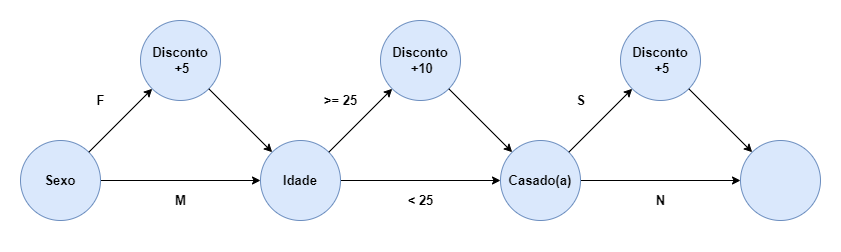
Above: images/Grafo Causa e Efeito.png in Dener-arx/ts-2021-2 (draw.io), before the change. Source tidied: cells renumbered, new cells last; positions are measured from the earlier drawing's top-left corner, leaving out a move shared by most shapes.
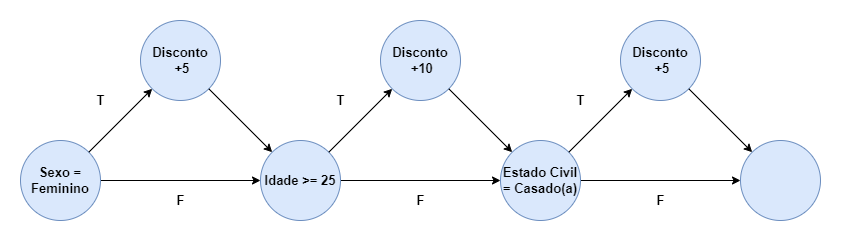
The same file after the commit.

Diff of the diagram source:
```diff
@@ -8,13 +8,13 @@
     <mxCell id="3" style="edgeStyle=orthogonalEdgeStyle;rounded=0;jettySize=auto;html=1;fontSize=13;" parent="1" edge="1" source="4" target="6">
       <mxGeometry relative="1" as="geometry" />
     </mxCell>
-    <mxCell id="4" value="Sexo" style="ellipse;whiteSpace=wrap;html=1;fontStyle=1;fontSize=13;fillColor=#dae8fc;strokeColor=#6c8ebf;" parent="1" vertex="1">
+    <mxCell id="4" value="Sexo = Feminino" style="ellipse;whiteSpace=wrap;html=1;fontStyle=1;fontSize=13;fillColor=#dae8fc;strokeColor=#6c8ebf;" parent="1" vertex="1">
       <mxGeometry x="20" y="140" width="80" height="80" as="geometry" />
     </mxCell>
     <mxCell id="5" style="edgeStyle=orthogonalEdgeStyle;rounded=0;jettySize=auto;html=1;fontSize=13;" parent="1" edge="1" source="6" target="9">
       <mxGeometry relative="1" as="geometry" />
     </mxCell>
-    <mxCell id="6" value="Idade" style="ellipse;whiteSpace=wrap;html=1;fontStyle=1;fontSize=13;fillColor=#dae8fc;strokeColor=#6c8ebf;" parent="1" vertex="1">
+    <mxCell id="6" value="Idade &amp;gt;= 25" style="ellipse;whiteSpace=wrap;html=1;fontStyle=1;fontSize=13;fillColor=#dae8fc;strokeColor=#6c8ebf;" parent="1" vertex="1">
       <mxGeometry x="260" y="140" width="80" height="80" as="geometry" />
     </mxCell>
     <mxCell id="7" value="Disconto&lt;br&gt;&amp;nbsp;+5" style="ellipse;whiteSpace=wrap;html=1;fontStyle=1;fontSize=13;fillColor=#dae8fc;strokeColor=#6c8ebf;" parent="1" vertex="1">
@@ -23,7 +23,7 @@
     <mxCell id="8" style="edgeStyle=orthogonalEdgeStyle;rounded=0;jettySize=auto;html=1;fontSize=13;" parent="1" edge="1" source="9" target="10">
       <mxGeometry relative="1" as="geometry" />
     </mxCell>
-    <mxCell id="9" value="Casado(a)" style="ellipse;whiteSpace=wrap;html=1;fontStyle=1;fontSize=13;fillColor=#dae8fc;strokeColor=#6c8ebf;" parent="1" vertex="1">
+    <mxCell id="9" value="Estado Civil = Casado(a)" style="ellipse;whiteSpace=wrap;html=1;fontStyle=1;fontSize=13;fillColor=#dae8fc;strokeColor=#6c8ebf;" parent="1" vertex="1">
       <mxGeometry x="500" y="140" width="80" height="80" as="geometry" />
     </mxCell>
     <mxCell id="10" style="ellipse;whiteSpace=wrap;html=1;fontStyle=1;fontSize=13;fillColor=#dae8fc;strokeColor=#6c8ebf;" parent="1" vertex="1">
@@ -53,22 +53,22 @@
     <mxCell id="18" style="endArrow=classic;html=1;rounded=0;fontSize=13;exitX=1;exitY=0;exitDx=0;exitDy=0;entryX=0;entryY=1;entryDx=0;entryDy=0;" parent="1" edge="1" source="9" target="12">
       <mxGeometry relative="1" as="geometry" />
     </mxCell>
-    <mxCell id="19" value="M" style="text;html=1;align=center;verticalAlign=middle;strokeColor=none;fillColor=none;fontSize=13;fontStyle=1;" parent="1" vertex="1">
-      <mxGeometry x="165" y="190" width="30" height="20" as="geometry" />
+    <mxCell id="19" value="F" style="text;html=1;align=center;verticalAlign=middle;strokeColor=none;fillColor=none;fontSize=13;fontStyle=1;" parent="1" vertex="1">
+      <mxGeometry x="170" y="190" width="20" height="20" as="geometry" />
     </mxCell>
-    <mxCell id="20" value="F" style="text;html=1;align=center;verticalAlign=middle;strokeColor=none;fillColor=none;fontSize=13;fontStyle=1;" parent="1" vertex="1">
+    <mxCell id="20" value="T" style="text;html=1;align=center;verticalAlign=middle;strokeColor=none;fillColor=none;fontSize=13;fontStyle=1;" parent="1" vertex="1">
       <mxGeometry x="90" y="90" width="20" height="20" as="geometry" />
     </mxCell>
-    <mxCell id="21" value="&amp;gt;= 25" style="text;html=1;align=center;verticalAlign=middle;strokeColor=none;fillColor=none;fontSize=13;fontStyle=1;" parent="1" vertex="1">
-      <mxGeometry x="315" y="90" width="50" height="20" as="geometry" />
+    <mxCell id="21" value="T" style="text;html=1;align=center;verticalAlign=middle;strokeColor=none;fillColor=none;fontSize=13;fontStyle=1;" parent="1" vertex="1">
+      <mxGeometry x="330" y="90" width="20" height="20" as="geometry" />
     </mxCell>
-    <mxCell id="22" value="&amp;lt; 25" style="text;html=1;align=center;verticalAlign=middle;strokeColor=none;fillColor=none;fontSize=13;fontStyle=1;" parent="1" vertex="1">
-      <mxGeometry x="400" y="190" width="40" height="20" as="geometry" />
+    <mxCell id="22" value="F" style="text;html=1;align=center;verticalAlign=middle;strokeColor=none;fillColor=none;fontSize=13;fontStyle=1;" parent="1" vertex="1">
+      <mxGeometry x="410" y="190" width="20" height="20" as="geometry" />
     </mxCell>
-    <mxCell id="23" value="S" style="text;html=1;align=center;verticalAlign=middle;strokeColor=none;fillColor=none;fontSize=13;fontStyle=1;" parent="1" vertex="1">
+    <mxCell id="23" value="T" style="text;html=1;align=center;verticalAlign=middle;strokeColor=none;fillColor=none;fontSize=13;fontStyle=1;" parent="1" vertex="1">
       <mxGeometry x="570" y="90" width="20" height="20" as="geometry" />
     </mxCell>
-    <mxCell id="24" value="N" style="text;html=1;align=center;verticalAlign=middle;strokeColor=none;fillColor=none;fontSize=13;fontStyle=1;" parent="1" vertex="1">
+    <mxCell id="24" value="F" style="text;html=1;align=center;verticalAlign=middle;strokeColor=none;fillColor=none;fontSize=13;fontStyle=1;" parent="1" vertex="1">
       <mxGeometry x="650" y="190" width="20" height="20" as="geometry" />
     </mxCell>
   </root>
```
